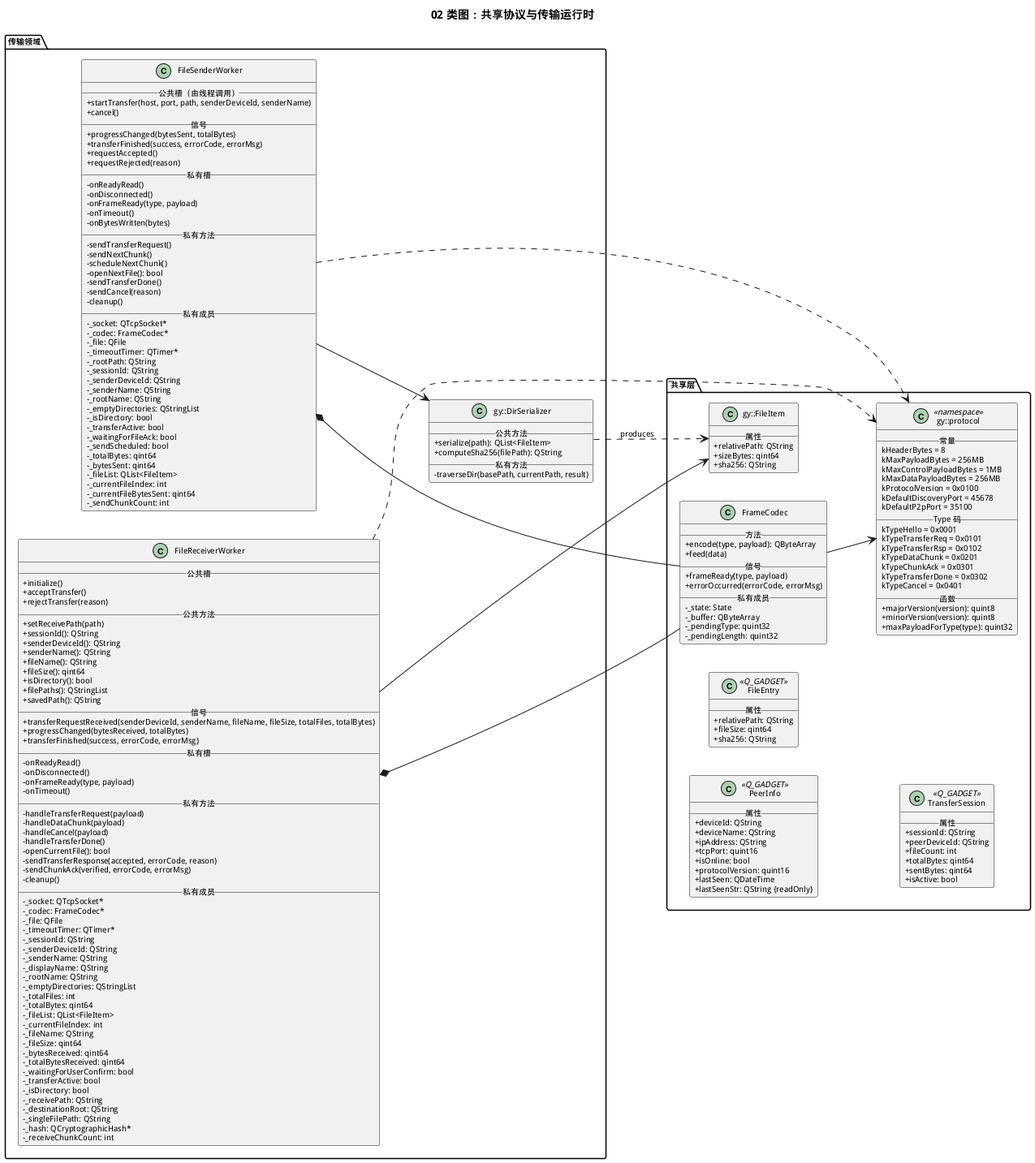
The PlantUML diagram doc/diagrams/rendered/02-类图-共享协议与传输运行时.png in Gsheep0729/GridYard, before a commit. Its diagram source:
```plantuml
@startuml
title 02 类图：共享协议与传输运行时
left to right direction
skinparam classAttributeIconSize 0
skinparam classIconSize 0
skinparam classFontSize 11
skinparam classAttributeFontSize 10
skinparam defaultFontSize 10

package "共享层" {
  class "gy::protocol" as Protocol <<namespace>> {
    __常量__
    kHeaderBytes = 8
    kMaxPayloadBytes = 256MB
    kMaxControlPayloadBytes = 1MB
    kMaxDataPayloadBytes = 256MB
    kProtocolVersion = 0x0100
    kDefaultDiscoveryPort = 45678
    kDefaultP2pPort = 35100
    __Type 码__
    kTypeHello = 0x0001
    kTypeTransferReq = 0x0101
    kTypeTransferRsp = 0x0102
    kTypeDataChunk = 0x0201
    kTypeChunkAck = 0x0301
    kTypeTransferDone = 0x0302
    kTypeCancel = 0x0401
    __函数__
    +majorVersion(version): quint8
    +minorVersion(version): quint8
    +maxPayloadForType(type): quint32
  }

  class FrameCodec {
    __方法__
    +encode(type, payload): QByteArray
    +feed(data)
    __信号__
    +frameReady(type, payload)
    +errorOccurred(errorCode, errorMsg)
    __私有成员__
    -_state: State
    -_buffer: QByteArray
    -_pendingType: quint32
    -_pendingLength: quint32
  }

  class PeerInfo <<Q_GADGET>> {
    __属性__
    +deviceId: QString
    +deviceName: QString
    +ipAddress: QString
    +tcpPort: quint16
    +isOnline: bool
    +protocolVersion: quint16
    +lastSeen: QDateTime
    +lastSeenStr: QString {readOnly}
  }

  class FileEntry <<Q_GADGET>> {
    __属性__
    +relativePath: QString
    +fileSize: qint64
    +sha256: QString
  }

  class TransferSession <<Q_GADGET>> {
    __属性__
    +sessionId: QString
    +peerDeviceId: QString
    +fileCount: int
    +totalBytes: qint64
    +sentBytes: qint64
    +isActive: bool
  }

  class "gy::FileItem" as FileItem {
    __属性__
    +relativePath: QString
    +sizeBytes: qint64
    +sha256: QString
  }
}

package "传输领域" {
  class FileSenderWorker {
    __公共槽（由线程调用）__
    +startTransfer(host, port, path, senderDeviceId, senderName)
    +cancel()
    __信号__
    +progressChanged(bytesSent, totalBytes)
    +transferFinished(success, errorCode, errorMsg)
    +requestAccepted()
    +requestRejected(reason)
    __私有槽__
    -onReadyRead()
    -onDisconnected()
    -onFrameReady(type, payload)
    -onTimeout()
    -onBytesWritten(bytes)
    __私有方法__
    -sendTransferRequest()
    -sendNextChunk()
    -scheduleNextChunk()
    -openNextFile(): bool
    -sendTransferDone()
    -sendCancel(reason)
    -cleanup()
    __私有成员__
    -_socket: QTcpSocket*
    -_codec: FrameCodec*
    -_file: QFile
    -_timeoutTimer: QTimer*
    -_rootPath: QString
    -_sessionId: QString
    -_senderDeviceId: QString
    -_senderName: QString
    -_rootName: QString
    -_emptyDirectories: QStringList
    -_isDirectory: bool
    -_transferActive: bool
    -_waitingForFileAck: bool
    -_sendScheduled: bool
    -_totalBytes: qint64
    -_bytesSent: qint64
    -_fileList: QList<FileItem>
    -_currentFileIndex: int
    -_currentFileBytesSent: qint64
    -_sendChunkCount: int
  }

  class FileReceiverWorker {
    __公共槽__
    +initialize()
    +acceptTransfer()
    +rejectTransfer(reason)
    __公共方法__
    +setReceivePath(path)
    +sessionId(): QString
    +senderDeviceId(): QString
    +senderName(): QString
    +fileName(): QString
    +fileSize(): qint64
    +isDirectory(): bool
    +filePaths(): QStringList
    +savedPath(): QString
    __信号__
    +transferRequestReceived(senderDeviceId, senderName, fileName, fileSize, totalFiles, totalBytes)
    +progressChanged(bytesReceived, totalBytes)
    +transferFinished(success, errorCode, errorMsg)
    __私有槽__
    -onReadyRead()
    -onDisconnected()
    -onFrameReady(type, payload)
    -onTimeout()
    __私有方法__
    -handleTransferRequest(payload)
    -handleDataChunk(payload)
    -handleCancel(payload)
    -handleTransferDone()
    -openCurrentFile(): bool
    -sendTransferResponse(accepted, errorCode, reason)
    -sendChunkAck(verified, errorCode, errorMsg)
    -cleanup()
    __私有成员__
    -_socket: QTcpSocket*
    -_codec: FrameCodec*
    -_file: QFile
    -_timeoutTimer: QTimer*
    -_sessionId: QString
    -_senderDeviceId: QString
    -_senderName: QString
    -_displayName: QString
    -_rootName: QString
    -_emptyDirectories: QStringList
    -_totalFiles: int
    -_totalBytes: qint64
    -_fileList: QList<FileItem>
    -_currentFileIndex: int
    -_fileName: QString
    -_fileSize: qint64
    -_bytesReceived: qint64
    -_totalBytesReceived: qint64
    -_waitingForUserConfirm: bool
    -_transferActive: bool
    -_isDirectory: bool
    -_receivePath: QString
    -_destinationRoot: QString
    -_singleFilePath: QString
    -_hash: QCryptographicHash*
    -_receiveChunkCount: int
  }

  class "gy::DirSerializer" as DirSerializer {
    __公共方法__
    +serialize(path): QList<FileItem>
    +computeSha256(filePath): QString
    __私有方法__
    -traverseDir(basePath, currentPath, result)
  }
}

FrameCodec --> Protocol
FileSenderWorker *-- FrameCodec
FileReceiverWorker *-- FrameCodec
FileSenderWorker --> DirSerializer
FileReceiverWorker --> FileItem
DirSerializer ..> FileItem : produces
FileSenderWorker ..> Protocol
FileReceiverWorker ..> Protocol
@enduml
```
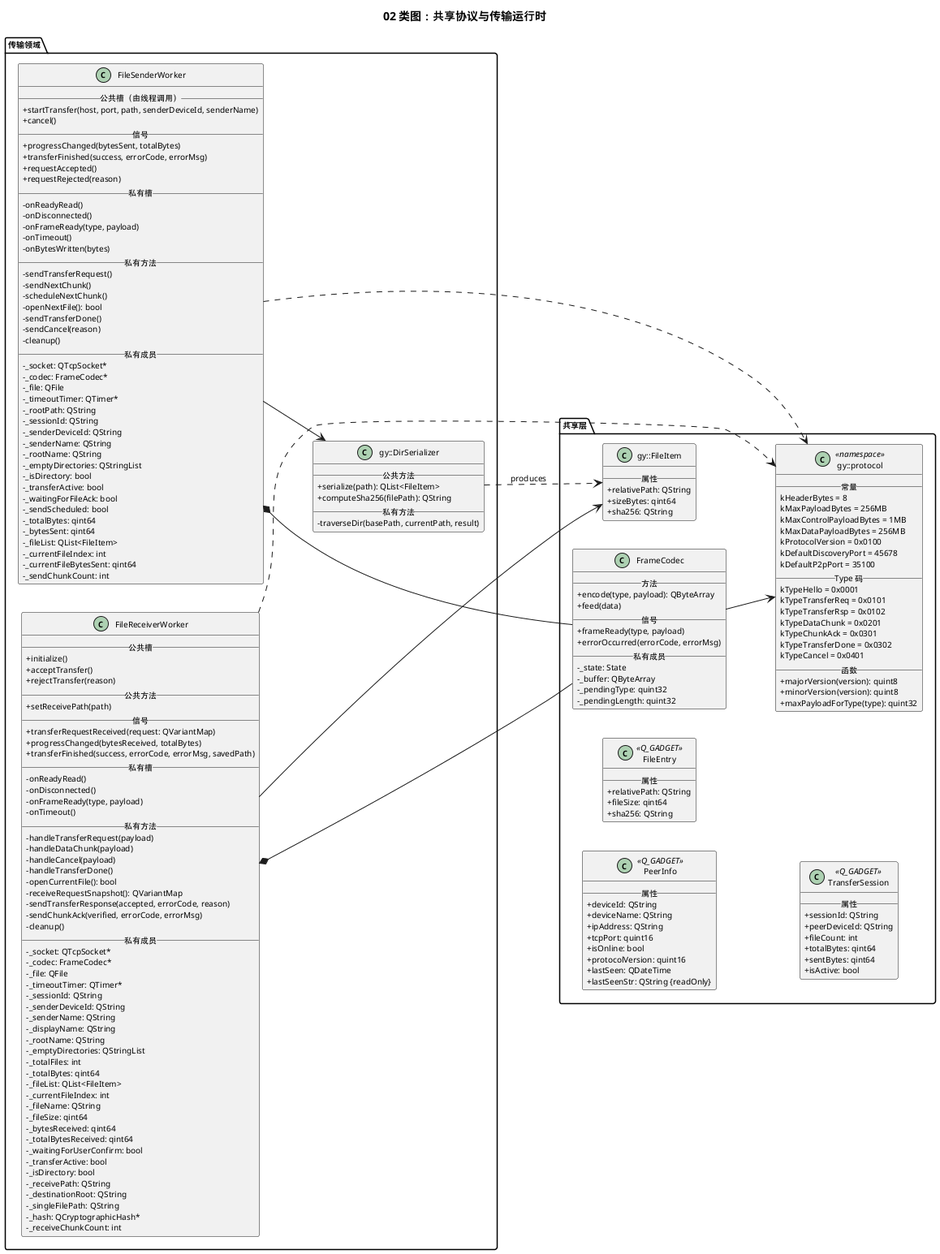
After the change.

Change to the diagram source:
```diff
@@ -136,18 +136,10 @@
     +rejectTransfer(reason)
     __公共方法__
     +setReceivePath(path)
-    +sessionId(): QString
-    +senderDeviceId(): QString
-    +senderName(): QString
-    +fileName(): QString
-    +fileSize(): qint64
-    +isDirectory(): bool
-    +filePaths(): QStringList
-    +savedPath(): QString
     __信号__
-    +transferRequestReceived(senderDeviceId, senderName, fileName, fileSize, totalFiles, totalBytes)
+    +transferRequestReceived(request: QVariantMap)
     +progressChanged(bytesReceived, totalBytes)
-    +transferFinished(success, errorCode, errorMsg)
+    +transferFinished(success, errorCode, errorMsg, savedPath)
     __私有槽__
     -onReadyRead()
     -onDisconnected()
@@ -159,6 +151,7 @@
     -handleCancel(payload)
     -handleTransferDone()
     -openCurrentFile(): bool
+    -receiveRequestSnapshot(): QVariantMap
     -sendTransferResponse(accepted, errorCode, reason)
     -sendChunkAck(verified, errorCode, errorMsg)
     -cleanup()
```
